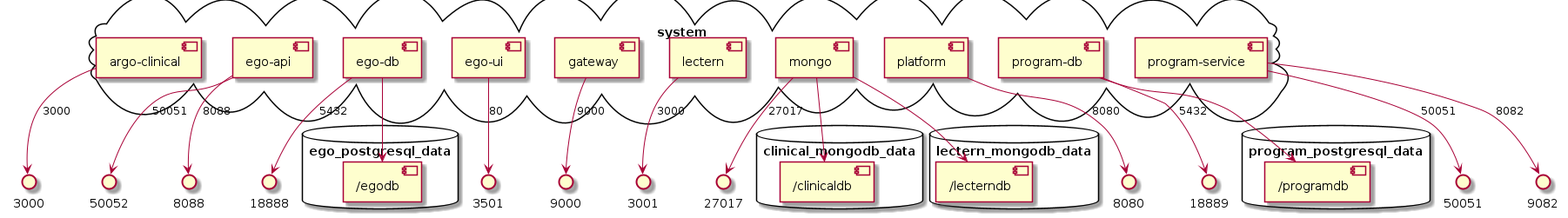
This is compose/assets/boundaries.png from icgc-argo/platform-ui, a PlantUML export, as it was before one commit. Its diagram source:
```plantuml
@startuml
skinparam componentStyle uml2
cloud system {
  [argo-clinical]
  [ego-api]
  [ego-db]
  [ego-ui]
  [gateway]
  [lectern]
  [mongo]
  [platform]
  [program-db]
  [program-service]
}
database clinical_mongodb_data {
  [/clinicaldb] as volume_1
}
database ego_postgresql_data {
  [/egodb] as volume_2
}
database lectern_mongodb_data {
  [/lecterndb] as volume_3
}
database program_postgresql_data {
  [/programdb] as volume_4
}
[argo-clinical] --> 3000 : 3000
[ego-api] --> 50052 : 50051
[ego-api] --> 8088 : 8088
[ego-db] --> 18888 : 5432
[ego-ui] --> 3501 : 80
[gateway] --> 9000 : 9000
[lectern] --> 3001 : 3000
[mongo] --> 27017 : 27017
[platform] --> 8080 : 8080
[program-db] --> 18889 : 5432
[program-service] --> 50051 : 50051
[program-service] --> 9082 : 8082
[mongo] --> volume_1
[ego-db] --> volume_2
[mongo] --> volume_3
[program-db] --> volume_4

@enduml
```
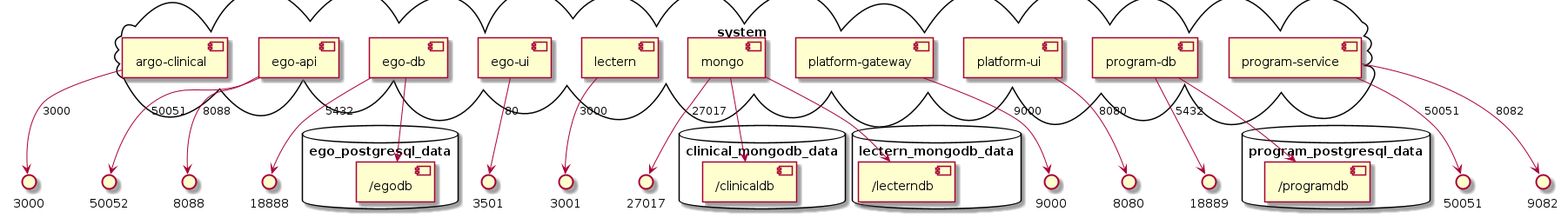
Later version of the same file.

Diff of the diagram source:
```diff
@@ -5,10 +5,10 @@
   [ego-api]
   [ego-db]
   [ego-ui]
-  [gateway]
   [lectern]
   [mongo]
-  [platform]
+  [platform-gateway]
+  [platform-ui]
   [program-db]
   [program-service]
 }
@@ -29,10 +29,10 @@
 [ego-api] --> 8088 : 8088
 [ego-db] --> 18888 : 5432
 [ego-ui] --> 3501 : 80
-[gateway] --> 9000 : 9000
 [lectern] --> 3001 : 3000
 [mongo] --> 27017 : 27017
-[platform] --> 8080 : 8080
+[platform-gateway] --> 9000 : 9000
+[platform-ui] --> 8080 : 8080
 [program-db] --> 18889 : 5432
 [program-service] --> 50051 : 50051
 [program-service] --> 9082 : 8082
```
